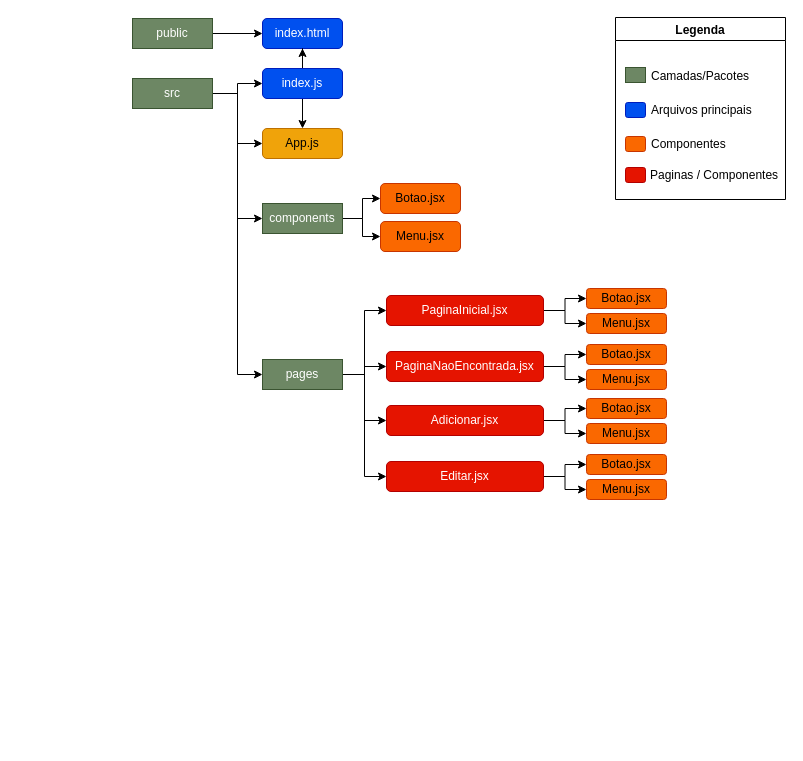
miniguiti/music-box-react keeps this draw.io diagram as front-end/arquitetura.drawio. Above is the earlier version. Source tidied: cells renumbered, new cells numbered last; positions are measured from the earlier drawing's top-left corner, leaving out a move shared by most shapes. Both pictures are drawn from the tidied source at 100%, with x=0, y=0 at pixel (132, 17).
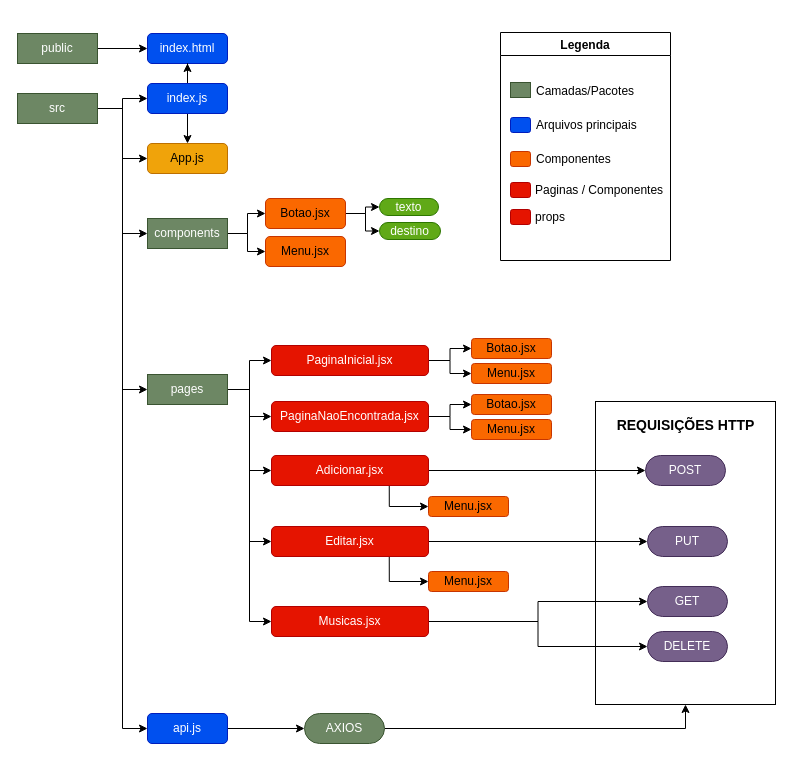
The same page after the edit.

Commit message:
arquitetura atualizada

Diff of the diagram source:
```diff
@@
+    <mxCell id="53" style="whiteSpace=wrap;html=1;fillColor=none;" parent="1" vertex="1">
+      <mxGeometry x="463" y="384" width="180" height="303" as="geometry" />
+    </mxCell>
@@
     <mxCell id="3" value="public" style="whiteSpace=wrap;html=1;fillColor=#6d8764;strokeColor=#3A5431;fontColor=#ffffff;" parent="1" vertex="1">
-      <mxGeometry y="1" width="80" height="30" as="geometry" />
+      <mxGeometry x="-115" y="16" width="80" height="30" as="geometry" />
     </mxCell>
@@
+    <mxCell id="54" style="edgeStyle=orthogonalEdgeStyle;rounded=0;jettySize=auto;html=1;exitX=1;exitY=0.5;exitDx=0;exitDy=0;entryX=0;entryY=0.5;entryDx=0;entryDy=0;" parent="1" edge="1" source="8" target="68">
+      <mxGeometry relative="1" as="geometry" />
+    </mxCell>
     <mxCell id="8" value="src" style="whiteSpace=wrap;html=1;fillColor=#6d8764;strokeColor=#3A5431;fontColor=#ffffff;" parent="1" vertex="1">
-      <mxGeometry y="61" width="80" height="30" as="geometry" />
+      <mxGeometry x="-115" y="76" width="80" height="30" as="geometry" />
     </mxCell>
     <mxCell id="9" value="index.html" style="rounded=1;whiteSpace=wrap;html=1;fillColor=#0050ef;strokeColor=#001DBC;fontColor=#ffffff;" parent="1" vertex="1">
-      <mxGeometry x="130" y="1" width="80" height="30" as="geometry" />
+      <mxGeometry x="15" y="16" width="80" height="30" as="geometry" />
     </mxCell>
@@
     <mxCell id="12" value="index.js" style="rounded=1;whiteSpace=wrap;html=1;fillColor=#0050ef;strokeColor=#001DBC;fontColor=#ffffff;" parent="1" vertex="1">
-      <mxGeometry x="130" y="51" width="80" height="30" as="geometry" />
+      <mxGeometry x="15" y="66" width="80" height="30" as="geometry" />
     </mxCell>
     <mxCell id="13" value="App.js" style="rounded=1;whiteSpace=wrap;html=1;fillColor=#f0a30a;strokeColor=#BD7000;fontColor=#000000;" parent="1" vertex="1">
-      <mxGeometry x="130" y="111" width="80" height="30" as="geometry" />
+      <mxGeometry x="15" y="126" width="80" height="30" as="geometry" />
     </mxCell>
     <mxCell id="14" value="Legenda" style="swimlane;" parent="1" vertex="1">
-      <mxGeometry x="483" width="170" height="182" as="geometry" />
+      <mxGeometry x="368" y="15" width="170" height="228" as="geometry" />
     </mxCell>
@@
+    <mxCell id="55" value="props" style="text;html=1;align=left;verticalAlign=middle;strokeColor=none;" parent="14" vertex="1">
+      <mxGeometry x="33" y="176" width="40" height="17" as="geometry" />
+    </mxCell>
+    <mxCell id="56" style="rounded=1;whiteSpace=wrap;html=1;fillColor=#e51400;strokeColor=#B20000;fontColor=#ffffff;" parent="14" vertex="1">
+      <mxGeometry x="10" y="177" width="20" height="15" as="geometry" />
+    </mxCell>
@@
     <mxCell id="25" value="components" style="whiteSpace=wrap;html=1;fillColor=#6d8764;strokeColor=#3A5431;fontColor=#ffffff;" parent="1" vertex="1">
-      <mxGeometry x="130" y="186" width="80" height="30" as="geometry" />
+      <mxGeometry x="15" y="201" width="80" height="30" as="geometry" />
     </mxCell>
@@
+    <mxCell id="57" style="edgeStyle=orthogonalEdgeStyle;rounded=0;jettySize=auto;html=1;entryX=0;entryY=0.5;entryDx=0;entryDy=0;" parent="1" edge="1" source="30" target="66">
+      <mxGeometry relative="1" as="geometry" />
+    </mxCell>
     <mxCell id="30" value="pages" style="whiteSpace=wrap;html=1;fillColor=#6d8764;strokeColor=#3A5431;fontColor=#ffffff;" parent="1" vertex="1">
-      <mxGeometry x="130" y="342" width="80" height="30" as="geometry" />
+      <mxGeometry x="15" y="357" width="80" height="30" as="geometry" />
     </mxCell>
+    <mxCell id="58" style="edgeStyle=orthogonalEdgeStyle;rounded=0;jettySize=auto;html=1;" parent="1" edge="1" source="31" target="62">
+      <mxGeometry relative="1" as="geometry" />
+    </mxCell>
+    <mxCell id="59" style="edgeStyle=orthogonalEdgeStyle;rounded=0;jettySize=auto;html=1;" parent="1" edge="1" source="31" target="63">
+      <mxGeometry relative="1" as="geometry" />
+    </mxCell>
     <mxCell id="31" value="Botao.jsx" style="rounded=1;whiteSpace=wrap;html=1;fillColor=#fa6800;strokeColor=#C73500;fontColor=#000000;" parent="1" vertex="1">
-      <mxGeometry x="248" y="166" width="80" height="30" as="geometry" />
+      <mxGeometry x="133" y="181" width="80" height="30" as="geometry" />
     </mxCell>
     <mxCell id="32" value="Menu.jsx" style="rounded=1;whiteSpace=wrap;html=1;fillColor=#fa6800;strokeColor=#C73500;fontColor=#000000;" parent="1" vertex="1">
-      <mxGeometry x="248" y="204" width="80" height="30" as="geometry" />
+      <mxGeometry x="133" y="219" width="80" height="30" as="geometry" />
     </mxCell>
@@
     <mxCell id="35" value="PaginaInicial.jsx" style="rounded=1;whiteSpace=wrap;html=1;fillColor=#e51400;strokeColor=#B20000;fontColor=#ffffff;" parent="1" vertex="1">
-      <mxGeometry x="254" y="278" width="157" height="30" as="geometry" />
+      <mxGeometry x="139" y="328" width="157" height="30" as="geometry" />
     </mxCell>
     <mxCell id="36" value="Botao.jsx" style="rounded=1;whiteSpace=wrap;html=1;fillColor=#fa6800;strokeColor=#C73500;fontColor=#000000;" parent="1" vertex="1">
-      <mxGeometry x="454" y="271" width="80" height="20" as="geometry" />
+      <mxGeometry x="339" y="321" width="80" height="20" as="geometry" />
     </mxCell>
     <mxCell id="37" value="Menu.jsx" style="rounded=1;whiteSpace=wrap;html=1;fillColor=#fa6800;strokeColor=#C73500;fontColor=#000000;" parent="1" vertex="1">
-      <mxGeometry x="454" y="296" width="80" height="20" as="geometry" />
+      <mxGeometry x="339" y="346" width="80" height="20" as="geometry" />
     </mxCell>
@@
     <mxCell id="40" value="PaginaNaoEncontrada.jsx" style="rounded=1;whiteSpace=wrap;html=1;fillColor=#e51400;strokeColor=#B20000;fontColor=#ffffff;" parent="1" vertex="1">
-      <mxGeometry x="254" y="334" width="157" height="30" as="geometry" />
+      <mxGeometry x="139" y="384" width="157" height="30" as="geometry" />
     </mxCell>
     <mxCell id="41" value="Botao.jsx" style="rounded=1;whiteSpace=wrap;html=1;fillColor=#fa6800;strokeColor=#C73500;fontColor=#000000;" parent="1" vertex="1">
-      <mxGeometry x="454" y="327" width="80" height="20" as="geometry" />
+      <mxGeometry x="339" y="377" width="80" height="20" as="geometry" />
     </mxCell>
     <mxCell id="42" value="Menu.jsx" style="rounded=1;whiteSpace=wrap;html=1;fillColor=#fa6800;strokeColor=#C73500;fontColor=#000000;" parent="1" vertex="1">
-      <mxGeometry x="454" y="352" width="80" height="20" as="geometry" />
+      <mxGeometry x="339" y="402" width="80" height="20" as="geometry" />
     </mxCell>
-    <mxCell id="43" style="edgeStyle=orthogonalEdgeStyle;rounded=0;jettySize=auto;html=1;exitX=1;exitY=0.5;exitDx=0;exitDy=0;entryX=0;entryY=0.5;entryDx=0;entryDy=0;fontColor=#FFFFFF;" parent="1" edge="1" source="45" target="46">
-      <mxGeometry relative="1" as="geometry" />
-    </mxCell>
+    <mxCell id="60" style="edgeStyle=orthogonalEdgeStyle;rounded=0;jettySize=auto;html=1;exitX=1;exitY=0.5;exitDx=0;exitDy=0;fontSize=14;" parent="1" edge="1" source="45" target="73">
+      <mxGeometry relative="1" as="geometry" />
+    </mxCell>
-    <mxCell id="44" style="edgeStyle=orthogonalEdgeStyle;rounded=0;jettySize=auto;html=1;exitX=1;exitY=0.5;exitDx=0;exitDy=0;fontColor=#FFFFFF;" parent="1" edge="1" source="45" target="47">
+    <mxCell id="44" style="edgeStyle=orthogonalEdgeStyle;rounded=0;jettySize=auto;html=1;exitX=0.75;exitY=1;exitDx=0;exitDy=0;entryX=0;entryY=0.5;entryDx=0;entryDy=0;fontSize=14;" parent="1" edge="1" source="45" target="47">
       <mxGeometry relative="1" as="geometry" />
     </mxCell>
     <mxCell id="45" value="Adicionar.jsx" style="rounded=1;whiteSpace=wrap;html=1;fillColor=#e51400;strokeColor=#B20000;fontColor=#ffffff;" parent="1" vertex="1">
-      <mxGeometry x="254" y="388" width="157" height="30" as="geometry" />
+      <mxGeometry x="139" y="438" width="157" height="30" as="geometry" />
     </mxCell>
-    <mxCell id="46" value="Botao.jsx" style="rounded=1;whiteSpace=wrap;html=1;fillColor=#fa6800;strokeColor=#C73500;fontColor=#000000;" parent="1" vertex="1">
-      <mxGeometry x="454" y="381" width="80" height="20" as="geometry" />
-    </mxCell>
     <mxCell id="47" value="Menu.jsx" style="rounded=1;whiteSpace=wrap;html=1;fillColor=#fa6800;strokeColor=#C73500;fontColor=#000000;" parent="1" vertex="1">
-      <mxGeometry x="454" y="406" width="80" height="20" as="geometry" />
+      <mxGeometry x="296" y="479" width="80" height="20" as="geometry" />
     </mxCell>
-    <mxCell id="48" style="edgeStyle=orthogonalEdgeStyle;rounded=0;jettySize=auto;html=1;exitX=1;exitY=0.5;exitDx=0;exitDy=0;entryX=0;entryY=0.5;entryDx=0;entryDy=0;fontColor=#FFFFFF;" parent="1" edge="1" source="50" target="51">
-      <mxGeometry relative="1" as="geometry" />
-    </mxCell>
+    <mxCell id="61" style="edgeStyle=orthogonalEdgeStyle;rounded=0;jettySize=auto;html=1;exitX=1;exitY=0.5;exitDx=0;exitDy=0;fontSize=14;" parent="1" edge="1" source="50" target="74">
+      <mxGeometry relative="1" as="geometry" />
+    </mxCell>
-    <mxCell id="49" style="edgeStyle=orthogonalEdgeStyle;rounded=0;jettySize=auto;html=1;exitX=1;exitY=0.5;exitDx=0;exitDy=0;fontColor=#FFFFFF;" parent="1" edge="1" source="50" target="52">
+    <mxCell id="49" style="edgeStyle=orthogonalEdgeStyle;rounded=0;jettySize=auto;html=1;exitX=0.75;exitY=1;exitDx=0;exitDy=0;entryX=0;entryY=0.5;entryDx=0;entryDy=0;fontSize=14;" parent="1" edge="1" source="50" target="52">
       <mxGeometry relative="1" as="geometry" />
     </mxCell>
     <mxCell id="50" value="Editar.jsx" style="rounded=1;whiteSpace=wrap;html=1;fillColor=#e51400;strokeColor=#B20000;fontColor=#ffffff;" parent="1" vertex="1">
-      <mxGeometry x="254" y="444" width="157" height="30" as="geometry" />
+      <mxGeometry x="139" y="509" width="157" height="30" as="geometry" />
     </mxCell>
-    <mxCell id="51" value="Botao.jsx" style="rounded=1;whiteSpace=wrap;html=1;fillColor=#fa6800;strokeColor=#C73500;fontColor=#000000;" parent="1" vertex="1">
-      <mxGeometry x="454" y="437" width="80" height="20" as="geometry" />
-    </mxCell>
     <mxCell id="52" value="Menu.jsx" style="rounded=1;whiteSpace=wrap;html=1;fillColor=#fa6800;strokeColor=#C73500;fontColor=#000000;" parent="1" vertex="1">
-      <mxGeometry x="454" y="462" width="80" height="20" as="geometry" />
+      <mxGeometry x="296" y="554" width="80" height="20" as="geometry" />
     </mxCell>
+    <mxCell id="62" value="texto" style="rounded=1;whiteSpace=wrap;html=1;fillColor=#60a917;strokeColor=#2D7600;fontColor=#ffffff;arcSize=50;" parent="1" vertex="1">
+      <mxGeometry x="247" y="181" width="59" height="17" as="geometry" />
+    </mxCell>
+    <mxCell id="63" value="destino" style="rounded=1;whiteSpace=wrap;html=1;fillColor=#60a917;strokeColor=#2D7600;fontColor=#ffffff;arcSize=50;" parent="1" vertex="1">
+      <mxGeometry x="247" y="205" width="61" height="17" as="geometry" />
+    </mxCell>
+    <mxCell id="64" style="edgeStyle=orthogonalEdgeStyle;rounded=0;jettySize=auto;html=1;exitX=1;exitY=0.5;exitDx=0;exitDy=0;fontSize=14;" parent="1" edge="1" source="66" target="72">
+      <mxGeometry relative="1" as="geometry" />
+    </mxCell>
+    <mxCell id="65" style="edgeStyle=orthogonalEdgeStyle;rounded=0;jettySize=auto;html=1;entryX=0;entryY=0.5;entryDx=0;entryDy=0;fontSize=14;" parent="1" edge="1" source="66" target="75">
+      <mxGeometry relative="1" as="geometry" />
+    </mxCell>
+    <mxCell id="66" value="Musicas.jsx" style="rounded=1;whiteSpace=wrap;html=1;fillColor=#e51400;strokeColor=#B20000;fontColor=#ffffff;" parent="1" vertex="1">
+      <mxGeometry x="139" y="589" width="157" height="30" as="geometry" />
+    </mxCell>
+    <mxCell id="67" style="edgeStyle=orthogonalEdgeStyle;rounded=0;jettySize=auto;html=1;exitX=1;exitY=0.5;exitDx=0;exitDy=0;" parent="1" edge="1" source="68" target="70">
+      <mxGeometry relative="1" as="geometry" />
+    </mxCell>
+    <mxCell id="68" value="api.js" style="rounded=1;whiteSpace=wrap;html=1;fillColor=#0050ef;strokeColor=#001DBC;fontColor=#ffffff;" parent="1" vertex="1">
+      <mxGeometry x="15" y="696" width="80" height="30" as="geometry" />
+    </mxCell>
+    <mxCell id="69" style="edgeStyle=orthogonalEdgeStyle;rounded=0;jettySize=auto;html=1;exitX=1;exitY=0.5;exitDx=0;exitDy=0;entryX=0.5;entryY=1;entryDx=0;entryDy=0;fontSize=14;" parent="1" edge="1" source="70" target="53">
+      <mxGeometry relative="1" as="geometry" />
+    </mxCell>
+    <mxCell id="70" value="AXIOS" style="rounded=1;whiteSpace=wrap;html=1;fillColor=#6d8764;strokeColor=#3A5431;fontColor=#ffffff;arcSize=50;" parent="1" vertex="1">
+      <mxGeometry x="172" y="696" width="80" height="30" as="geometry" />
+    </mxCell>
+    <mxCell id="71" value="REQUISIÇÕES HTTP" style="text;html=1;align=center;verticalAlign=middle;strokeColor=none;fontSize=14;fontStyle=1;" parent="1" vertex="1">
+      <mxGeometry x="479.5" y="397" width="147" height="21" as="geometry" />
+    </mxCell>
+    <mxCell id="72" value="GET" style="rounded=1;whiteSpace=wrap;html=1;fillColor=#76608a;strokeColor=#432D57;fontColor=#ffffff;arcSize=50;" parent="1" vertex="1">
+      <mxGeometry x="515" y="569" width="80" height="30" as="geometry" />
+    </mxCell>
+    <mxCell id="73" value="POST" style="rounded=1;whiteSpace=wrap;html=1;fillColor=#76608a;strokeColor=#432D57;fontColor=#ffffff;arcSize=50;" parent="1" vertex="1">
+      <mxGeometry x="513" y="438" width="80" height="30" as="geometry" />
+    </mxCell>
+    <mxCell id="74" value="PUT" style="rounded=1;whiteSpace=wrap;html=1;fillColor=#76608a;strokeColor=#432D57;fontColor=#ffffff;arcSize=50;" parent="1" vertex="1">
+      <mxGeometry x="515" y="509" width="80" height="30" as="geometry" />
+    </mxCell>
+    <mxCell id="75" value="DELETE" style="rounded=1;whiteSpace=wrap;html=1;fillColor=#76608a;strokeColor=#432D57;fontColor=#ffffff;arcSize=50;" parent="1" vertex="1">
+      <mxGeometry x="515" y="614" width="80" height="30" as="geometry" />
+    </mxCell>
```
